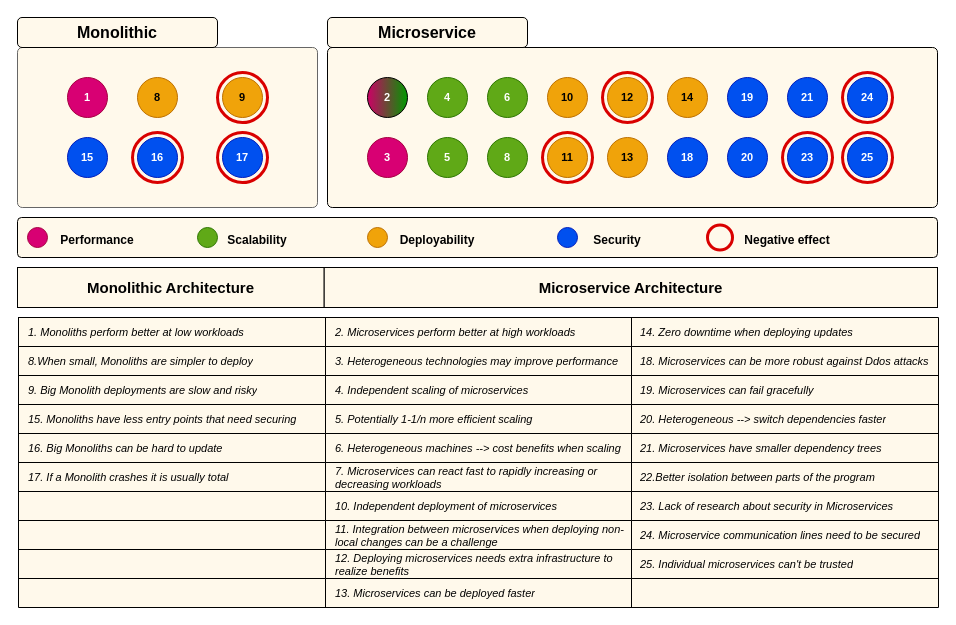
Earlier version of the draw.io diagram Untitled Diagram.drawio (Catrovitch/Microservice-Tactics). Source tidied: cells renumbered, new cells numbered last; positions are measured from the earlier drawing's top-left corner, leaving out a move shared by most shapes. Both pictures are drawn from the tidied source at 100%, with x=0, y=0 at pixel (17, 17).
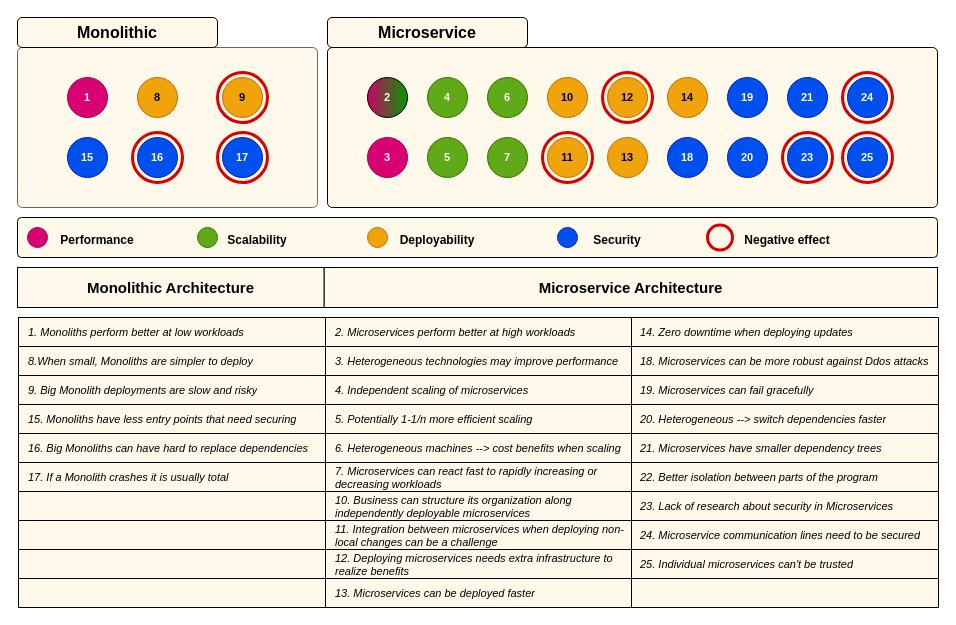
Above is the later version.

The change refers to these unchanged cells:
```xml
<mxCell id="26" style="shape=tableRow;horizontal=0;startSize=0;swimlaneHead=0;swimlaneBody=0;strokeColor=inherit;top=0;left=0;bottom=0;right=0;fillColor=none;" parent="9" vertex="1">
  <mxGeometry y="116" width="920" height="29" as="geometry" />
</mxCell>
<mxCell id="30" style="shape=tableRow;horizontal=0;startSize=0;swimlaneHead=0;swimlaneBody=0;strokeColor=inherit;top=0;left=0;bottom=0;right=0;fillColor=none;" parent="9" vertex="1">
  <mxGeometry y="145" width="920" height="29" as="geometry" />
</mxCell>
<mxCell id="34" style="shape=tableRow;horizontal=0;startSize=0;swimlaneHead=0;swimlaneBody=0;strokeColor=inherit;top=0;left=0;bottom=0;right=0;fillColor=none;" parent="9" vertex="1">
  <mxGeometry y="174" width="920" height="29" as="geometry" />
</mxCell>
```

The edit, as a diff of the source:
```diff
@@
-    <mxCell id="27" value="&lt;div&gt;16. Big Monoliths can be hard to update&lt;/div&gt;" style="shape=partialRectangle;html=1;whiteSpace=wrap;strokeColor=inherit;overflow=hidden;fillColor=none;top=0;left=0;bottom=0;right=0;align=left;fontSize=11;fontStyle=2;spacingLeft=8;" parent="26" vertex="1">
+    <mxCell id="27" value="&lt;div&gt;16. Big Monoliths can have hard to replace dependencies&lt;br&gt;&lt;/div&gt;" style="shape=partialRectangle;html=1;whiteSpace=wrap;strokeColor=inherit;overflow=hidden;fillColor=none;top=0;left=0;bottom=0;right=0;align=left;fontSize=11;fontStyle=2;spacingLeft=8;" parent="26" vertex="1">
       <mxGeometry width="307" height="29" as="geometry" />
     </mxCell>
@@
-    <mxCell id="33" value="22.Better isolation between parts of the program" style="shape=partialRectangle;html=1;whiteSpace=wrap;strokeColor=inherit;overflow=hidden;fillColor=none;top=0;left=0;bottom=0;right=0;align=left;fontSize=11;spacingLeft=7;fontStyle=2;" parent="30" vertex="1">
+    <mxCell id="33" value="22. Better isolation between parts of the program" style="shape=partialRectangle;html=1;whiteSpace=wrap;strokeColor=inherit;overflow=hidden;fillColor=none;top=0;left=0;bottom=0;right=0;align=left;fontSize=11;spacingLeft=7;fontStyle=2;" parent="30" vertex="1">
       <mxGeometry x="613" width="307" height="29" as="geometry" />
     </mxCell>
@@
-    <mxCell id="36" value="10. Independent deployment of microservices" style="shape=partialRectangle;html=1;whiteSpace=wrap;strokeColor=inherit;overflow=hidden;fillColor=none;top=0;left=0;bottom=0;right=0;align=left;fontSize=11;fontStyle=2;spacingLeft=8;" parent="34" vertex="1">
+    <mxCell id="36" value="10. Business can structure its organization along independently deployable microservices" style="shape=partialRectangle;html=1;whiteSpace=wrap;strokeColor=inherit;overflow=hidden;fillColor=none;top=0;left=0;bottom=0;right=0;align=left;fontSize=11;fontStyle=2;spacingLeft=8;" parent="34" vertex="1">
       <mxGeometry x="307" width="306" height="29" as="geometry" />
     </mxCell>
@@
-    <mxCell id="61" value="&lt;b&gt;8&lt;/b&gt;" style="ellipse;whiteSpace=wrap;html=1;fontSize=11;fillColor=#60a917;fontColor=#ffffff;strokeColor=#2D7600;" parent="1" vertex="1">
+    <mxCell id="61" value="&lt;b&gt;7&lt;/b&gt;" style="ellipse;whiteSpace=wrap;html=1;fontSize=11;fillColor=#60a917;fontColor=#ffffff;strokeColor=#2D7600;" parent="1" vertex="1">
       <mxGeometry x="470" y="120" width="40" height="40" as="geometry" />
     </mxCell>
```
